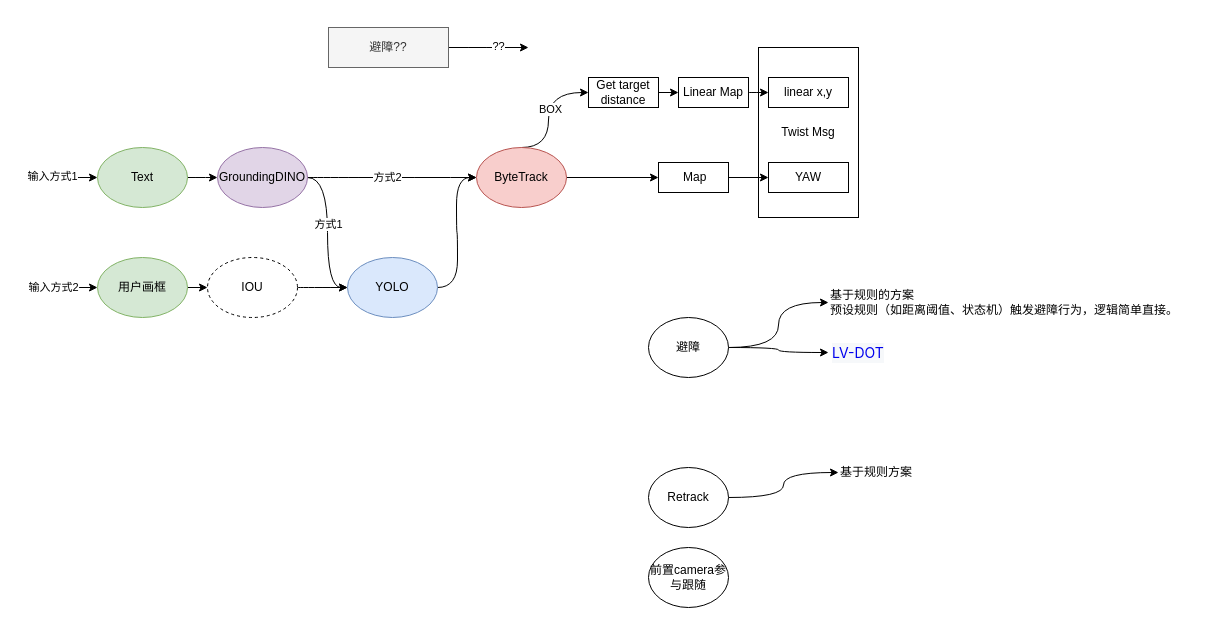
The draw.io diagram LLM/经典跟踪方法.drawio in mailonghua/drawio, before the edit. Source tidied: cells renumbered, new cells numbered last; positions are measured from the earlier drawing's top-left corner, leaving out a move shared by most shapes. Both pictures are drawn from the tidied source at 100%, with x=0, y=0 at pixel (37, 27).
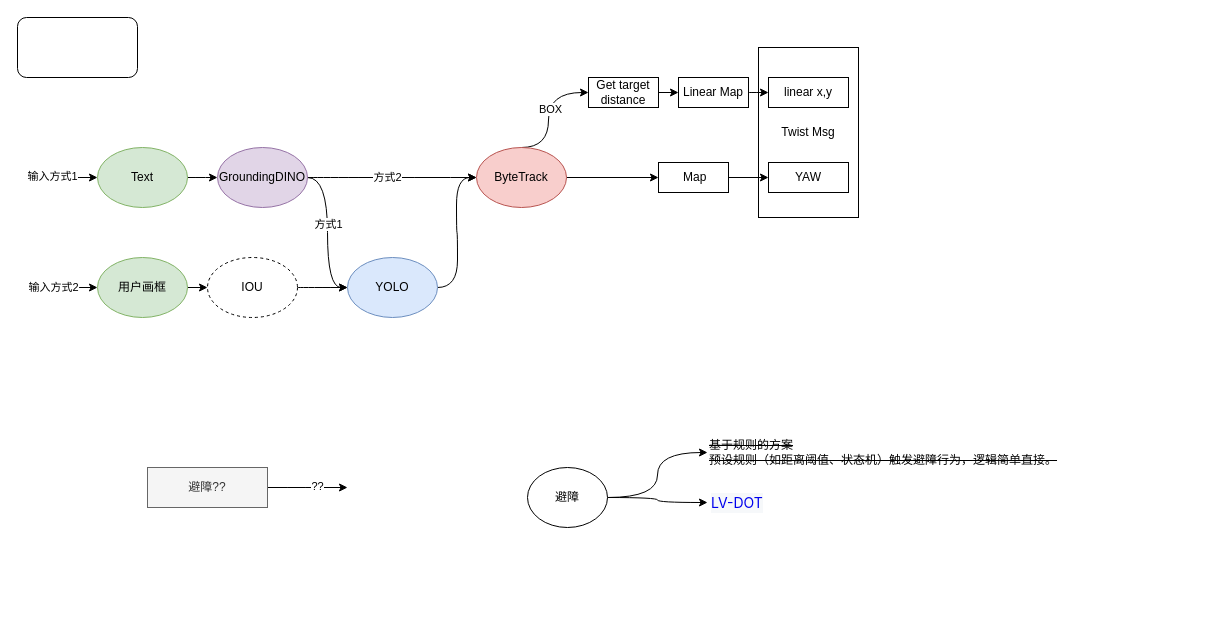
The same page after the edit.

Commit message:
更新经典跟踪方法.drawio

What changed in the source:
```diff
@@
     <mxCell id="30" style="edgeStyle=orthogonalEdgeStyle;curved=1;rounded=0;jettySize=auto;html=1;exitX=1;exitY=0.5;exitDx=0;exitDy=0;" parent="1" edge="1" source="32">
       <mxGeometry relative="1" as="geometry">
-        <mxPoint x="491" y="20" as="targetPoint" />
+        <mxPoint x="310" y="460" as="targetPoint" />
       </mxGeometry>
     </mxCell>
@@
     <mxCell id="32" value="避障??" style="rounded=0;whiteSpace=wrap;html=1;fillColor=#f5f5f5;fontColor=#333333;strokeColor=#666666;" parent="1" vertex="1">
-      <mxGeometry x="291" width="120" height="40" as="geometry" />
+      <mxGeometry x="110" y="440" width="120" height="40" as="geometry" />
     </mxCell>
@@
     <mxCell id="37" value="避障" style="ellipse;whiteSpace=wrap;html=1;" parent="1" vertex="1">
-      <mxGeometry x="611" y="290" width="80" height="60" as="geometry" />
+      <mxGeometry x="490" y="440" width="80" height="60" as="geometry" />
     </mxCell>
-    <mxCell id="38" value="前置camera参与跟随" style="ellipse;whiteSpace=wrap;html=1;" parent="1" vertex="1">
-      <mxGeometry x="611" y="520" width="80" height="60" as="geometry" />
-    </mxCell>
-    <mxCell id="39" value="基于规则的方案&lt;br&gt;预设规则（如距离阈值、状态机）触发避障行为，逻辑简单直接。" style="text;strokeColor=none;align=left;fillColor=none;html=1;verticalAlign=middle;whiteSpace=wrap;rounded=0;labelBorderColor=none;" parent="1" vertex="1">
-      <mxGeometry x="791" y="260" width="360" height="30" as="geometry" />
+    <mxCell id="39" value="&lt;strike&gt;基于规则的方案&lt;br&gt;预设规则（如距离阈值、状态机）触发避障行为，逻辑简单直接。&lt;/strike&gt;" style="text;strokeColor=none;align=left;fillColor=none;html=1;verticalAlign=middle;whiteSpace=wrap;rounded=0;labelBorderColor=none;" parent="1" vertex="1">
+      <mxGeometry x="670" y="410" width="360" height="30" as="geometry" />
     </mxCell>
-    <mxCell id="40" style="edgeStyle=orthogonalEdgeStyle;curved=1;rounded=0;jettySize=auto;html=1;exitX=1;exitY=0.5;exitDx=0;exitDy=0;entryX=0;entryY=0.5;entryDx=0;entryDy=0;" parent="1" edge="1" source="41" target="42">
-      <mxGeometry relative="1" as="geometry" />
-    </mxCell>
-    <mxCell id="41" value="Retrack" style="ellipse;whiteSpace=wrap;html=1;" parent="1" vertex="1">
-      <mxGeometry x="611" y="440" width="80" height="60" as="geometry" />
-    </mxCell>
-    <mxCell id="42" value="基于规则方案" style="text;strokeColor=none;align=left;fillColor=none;html=1;verticalAlign=middle;whiteSpace=wrap;rounded=0;" parent="1" vertex="1">
-      <mxGeometry x="801" y="430" width="130" height="30" as="geometry" />
-    </mxCell>
     <mxCell id="43" value="&lt;a style=&quot;box-sizing: border-box; background-color: rgb(246, 248, 250); display: flex; align-items: center; min-width: 3ch; line-height: var(--text-body-lineHeight-medium, 1.4285714286); border-radius: var(--borderRadius-medium); padding-inline: var(--base-size-6); padding-block: var(--base-size-4); font-weight: var(--base-text-weight-semibold); font-family: -apple-system, &amp;quot;system-ui&amp;quot;, &amp;quot;Segoe UI&amp;quot;, &amp;quot;Noto Sans&amp;quot;, Helvetica, Arial, sans-serif, &amp;quot;Apple Color Emoji&amp;quot;, &amp;quot;Segoe UI Emoji&amp;quot;; font-size: 14px; text-align: start; text-decoration-line: none !important;&quot; class=&quot;AppHeader-context-item&quot; id=&quot;contextregion-repositorycrumb-lv-dot-link&quot; aria-current=&quot;page&quot; href=&quot;https://github.com/Zhefan-Xu/LV-DOT&quot;&gt;&lt;span style=&quot;box-sizing: border-box; display: inline-block; overflow: hidden; text-overflow: ellipsis; text-wrap: nowrap;&quot; class=&quot;AppHeader-context-item-label&quot;&gt;LV-DOT&lt;/span&gt;&lt;/a&gt;" style="text;strokeColor=none;align=center;fillColor=none;html=1;verticalAlign=middle;whiteSpace=wrap;rounded=0;" parent="1" vertex="1">
-      <mxGeometry x="791" y="310" width="60" height="30" as="geometry" />
+      <mxGeometry x="670" y="460" width="60" height="30" as="geometry" />
     </mxCell>
+    <mxCell id="44" style="rounded=1;whiteSpace=wrap;html=1;" parent="1" vertex="1">
+      <mxGeometry x="-20" y="-10" width="120" height="60" as="geometry" />
+    </mxCell>
```
